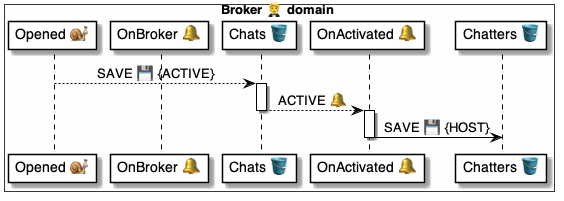
The PlantUML diagram 4 ⚙️ Solution/20 🧑‍🦰 UI/Brokers 🤵/🤵🪣 Broker tables/Chats 💬 table/🪣🔔 6 Activated/🤵 OnChatActivated ⚙️ uml.png in pollyweb-org/pollyweb-docs, before a commit. Its source is kept beside it as 4 ⚙️ Solution/20 🧑‍🦰 UI/Brokers 🤵/🤵🪣 Broker tables/Chats 💬 table/🪣🔔 6 Activated/🤵 OnChatActivated ⚙️ uml.puml. The source it was exported from:
```plantuml
@startuml OnChatActivated


box Broker 🤵 domain #FFFFFA
    participant "Opened 🐌" as opened
    participant "OnBroker 🔔" as script
    participant "Chats 🪣" as chats
    participant "OnActivated 🔔" as handler
    participant "Chatters 🪣" as chatters
end box

opened -->  chats: SAVE 💾 {ACTIVE}

activate chats
    chats --> handler: ACTIVE 🔔
deactivate chats

activate handler
    handler -> chatters: SAVE 💾 {HOST}
deactivate handler

@enduml
```
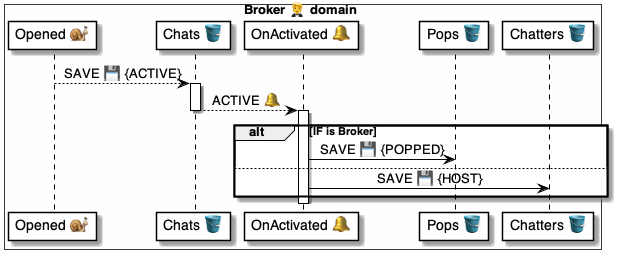
Later version of the same file.

Change to the diagram source:
```diff
@@ -3,9 +3,9 @@
 
 box Broker 🤵 domain #FFFFFA
     participant "Opened 🐌" as opened
-    participant "OnBroker 🔔" as script
     participant "Chats 🪣" as chats
     participant "OnActivated 🔔" as handler
+    participant "Pops 🪣" as pops
     participant "Chatters 🪣" as chatters
 end box
 
@@ -16,7 +16,12 @@
 deactivate chats
 
 activate handler
-    handler -> chatters: SAVE 💾 {HOST}
+    alt IF is Broker
+        handler -> pops: SAVE 💾 {POPPED}
+    else
+        handler -> chatters: SAVE 💾 {HOST}
+    end alt
 deactivate handler
 
+
 @enduml
```
